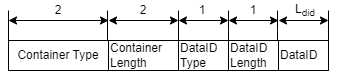
This is docs/spec_guide/common_part.drawio.png from data-container-for-wearable-sensor/StartGuide, a draw.io export, as it was before one commit. Source tidied: cells renumbered, new cells last; positions are measured from the earlier drawing's top-left corner, leaving out a move shared by most shapes.
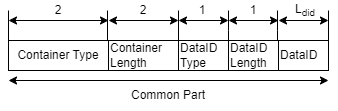
After the commit.

Diff of the diagram source:
```diff
@@ -104,5 +104,14 @@
     <mxCell id="22" value="2" style="text;html=1;strokeColor=none;fillColor=none;align=center;verticalAlign=middle;whiteSpace=wrap;rounded=0;" parent="1" vertex="1">
       <mxGeometry x="15" width="70" height="20" as="geometry" />
     </mxCell>
+    <mxCell id="23" style="endArrow=classic;startArrow=classic;html=1;" parent="1" edge="1">
+      <mxGeometry relative="1" as="geometry">
+        <mxPoint y="80" as="sourcePoint" />
+        <mxPoint x="320" y="80" as="targetPoint" />
+      </mxGeometry>
+    </mxCell>
+    <mxCell id="24" value="Common Part" style="text;html=1;strokeColor=none;fillColor=none;align=center;verticalAlign=middle;whiteSpace=wrap;rounded=0;" parent="1" vertex="1">
+      <mxGeometry x="100" y="80" width="120" height="30" as="geometry" />
+    </mxCell>
   </root>
 </mxGraphModel>
```
